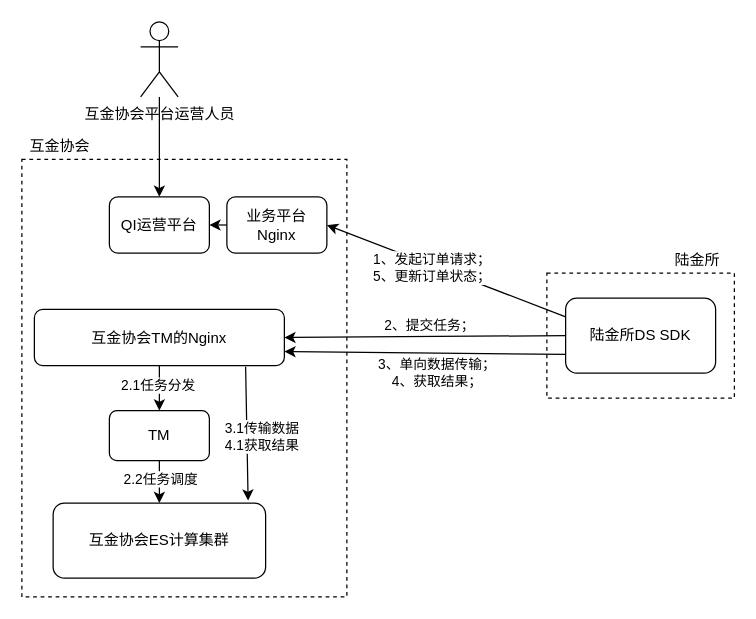
yankaili2006/drawing_io keeps this draw.io diagram as qi_v4.drawio. Above is the earlier version. Source tidied: cells renumbered, new cells numbered last; positions are measured from the earlier drawing's top-left corner, leaving out a move shared by most shapes. Both pictures are drawn from the tidied source at 125%, with x=0, y=0 at pixel (21, 21).
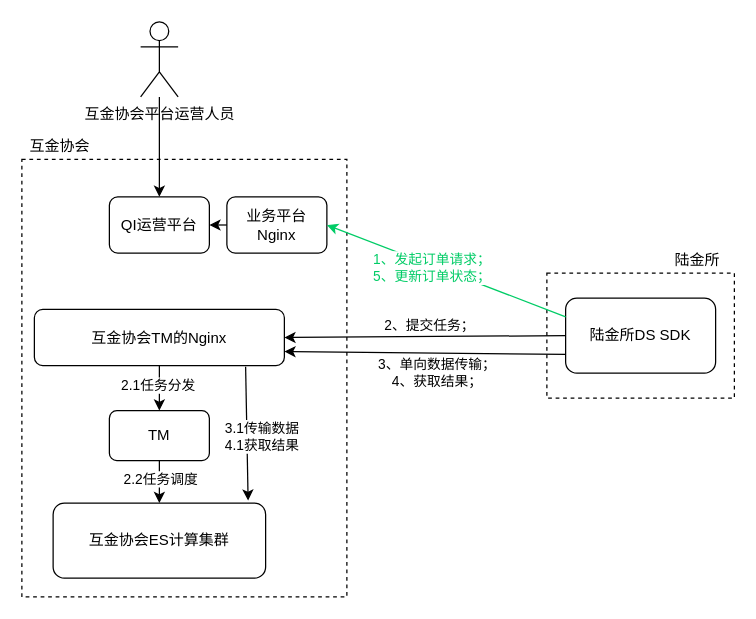
Above is the later version.

Unchanged cells that the change refers to:
```xml
<mxCell id="11" value="陆金所DS SDK" style="rounded=1;whiteSpace=wrap;html=1;" parent="1" vertex="1">
  <mxGeometry x="435" y="221" width="120" height="60" as="geometry" />
</mxCell>
<mxCell id="23" value="业务平台Nginx" style="rounded=1;whiteSpace=wrap;html=1;" parent="1" vertex="1">
  <mxGeometry x="164" y="140" width="80" height="45" as="geometry" />
</mxCell>
```

What changed in the source:
```diff
@@
-    <mxCell id="24" style="endArrow=classic;html=1;exitX=0;exitY=0.25;exitDx=0;exitDy=0;entryX=1;entryY=0.5;entryDx=0;entryDy=0;" parent="1" edge="1" source="11" target="23">
+    <mxCell id="24" style="endArrow=classic;html=1;exitX=0;exitY=0.25;exitDx=0;exitDy=0;entryX=1;entryY=0.5;entryDx=0;entryDy=0;strokeColor=#00CC66;" parent="1" edge="1" source="11" target="23">
       <mxGeometry relative="1" as="geometry" />
     </mxCell>
-    <mxCell id="25" value="1、发起订单请求；&lt;br&gt;5、更新订单状态；" style="edgeLabel;html=1;align=center;verticalAlign=middle;" parent="24" vertex="1">
+    <mxCell id="25" value="1、发起订单请求；&lt;br&gt;5、更新订单状态；" style="edgeLabel;html=1;align=center;verticalAlign=middle;fontColor=#00CC66;" parent="24" vertex="1">
       <mxGeometry x="0.11" y="2" relative="1" as="geometry" />
     </mxCell>
```
